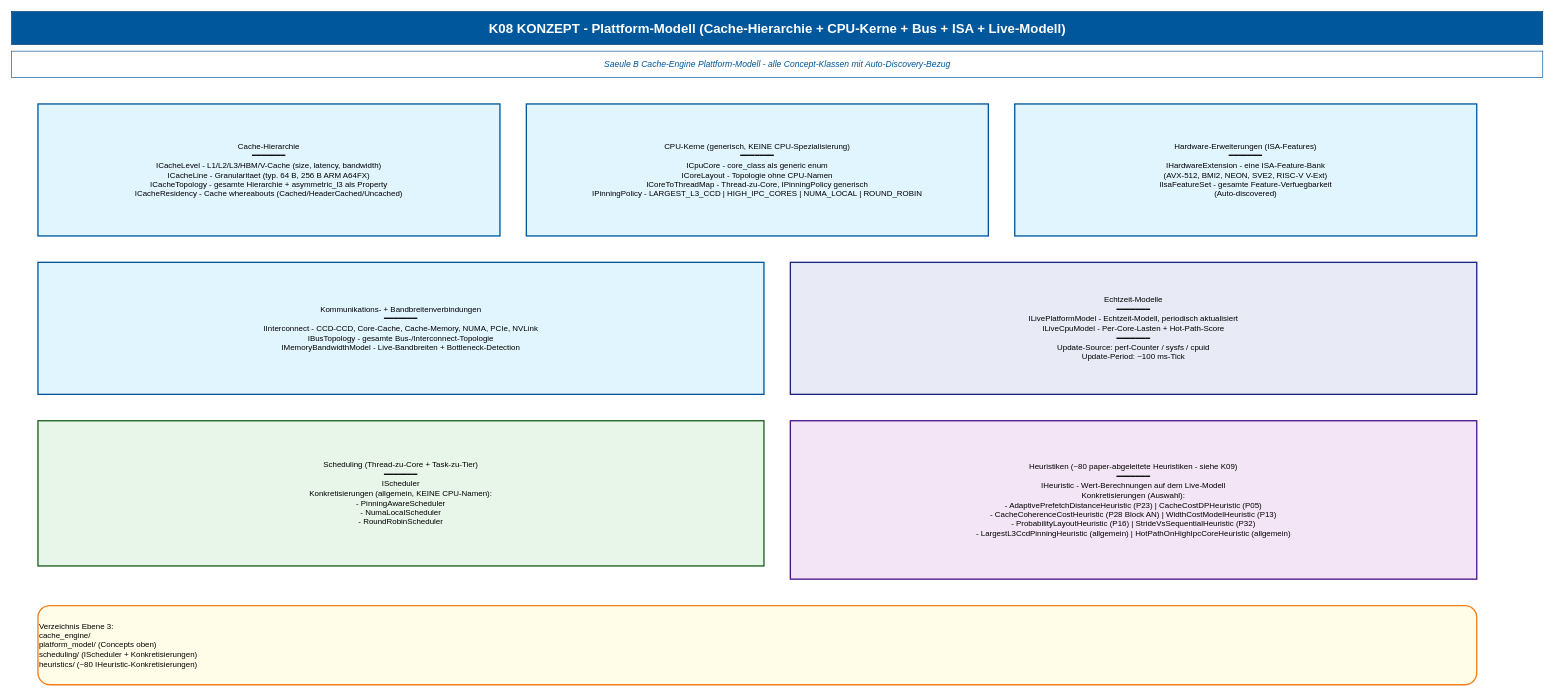
This is page "K08 Plattform-Modell" (8 of 12) of docs/termine/20260508 Termin 7/Phase5_UML_Detail/phase5_uml_detail_REV3_NACHARBEITUNG.drawio from BenniProbst/probst-Diplomarbeit-cache-engine, a draw.io file, before an edit. Source tidied: cells renumbered, new cells numbered last; positions are measured from the earlier drawing's top-left corner, leaving out a move shared by most shapes. Both pictures are drawn from the tidied source at 66%, with x=0, y=0 at pixel (11, 11).
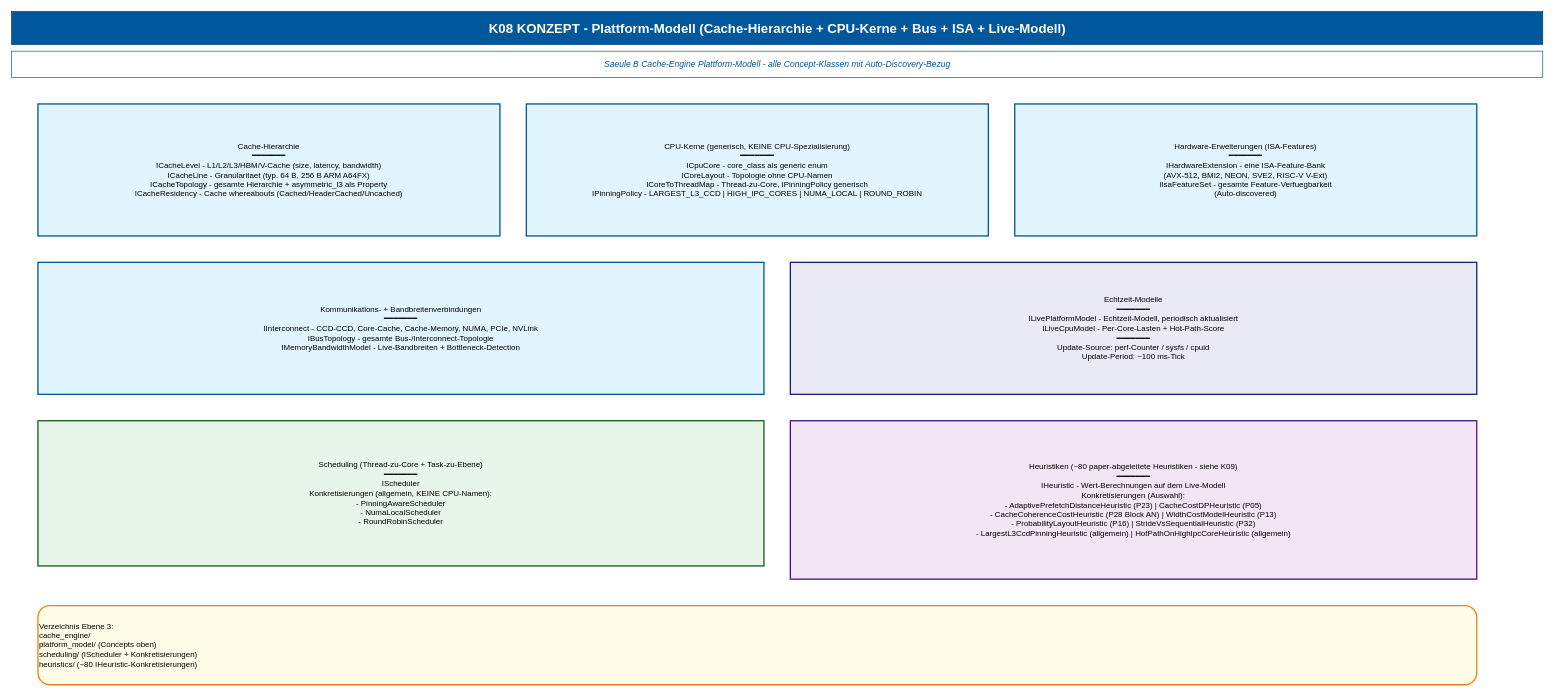
The same diagram, later.

Diff of the diagram source:
```diff
@@
 <mxGraphModel background="#FFFFFF">
   <root>
     <mxCell id="0" />
     <mxCell id="1" parent="0" />
     <mxCell id="2" value="K08 KONZEPT - Plattform-Modell (Cache-Hierarchie + CPU-Kerne + Bus + ISA + Live-Modell)" style="text;html=1;align=center;verticalAlign=middle;fontSize=20;fontStyle=1;fillColor=#01579B;strokeColor=#003C71;fontColor=#FFFFFF;" parent="1" vertex="1">
       <mxGeometry width="2320" height="50" as="geometry" />
     </mxCell>
     <mxCell id="3" value="Saeule B Cache-Engine Plattform-Modell - alle Concept-Klassen mit Auto-Discovery-Bezug" style="text;html=1;align=center;verticalAlign=middle;fontSize=13;fontStyle=2;fillColor=#FFFFFF;strokeColor=#01579B;fontColor=#01579B;" parent="1" vertex="1">
       <mxGeometry y="60" width="2320" height="40" as="geometry" />
     </mxCell>
     <mxCell id="4" value="Cache-Hierarchie&#10;━━━━━━━&#10;ICacheLevel - L1/L2/L3/HBM/V-Cache (size, latency, bandwidth)&#10;ICacheLine - Granularitaet (typ. 64 B, 256 B ARM A64FX)&#10;ICacheTopology - gesamte Hierarchie + asymmetric_l3 als Property&#10;ICacheResidency - Cache whereabouts (Cached/HeaderCached/Uncached)" style="rounded=0;whiteSpace=wrap;html=1;fillColor=#E1F5FE;strokeColor=#01579B;strokeWidth=2;fontColor=#000000;fontSize=12;verticalAlign=middle;align=center;" parent="1" vertex="1">
       <mxGeometry x="40" y="140" width="700" height="200" as="geometry" />
     </mxCell>
     <mxCell id="5" value="CPU-Kerne (generisch, KEINE CPU-Spezialisierung)&#10;━━━━━━━&#10;ICpuCore - core_class als generic enum&#10;ICoreLayout - Topologie ohne CPU-Namen&#10;ICoreToThreadMap - Thread-zu-Core, IPinningPolicy generisch&#10;IPinningPolicy - LARGEST_L3_CCD | HIGH_IPC_CORES | NUMA_LOCAL | ROUND_ROBIN" style="rounded=0;whiteSpace=wrap;html=1;fillColor=#E1F5FE;strokeColor=#01579B;strokeWidth=2;fontColor=#000000;fontSize=12;verticalAlign=middle;align=center;" parent="1" vertex="1">
       <mxGeometry x="780" y="140" width="700" height="200" as="geometry" />
     </mxCell>
     <mxCell id="6" value="Hardware-Erweiterungen (ISA-Features)&#10;━━━━━━━&#10;IHardwareExtension - eine ISA-Feature-Bank&#10;  (AVX-512, BMI2, NEON, SVE2, RISC-V V-Ext)&#10;IIsaFeatureSet - gesamte Feature-Verfuegbarkeit&#10;  (Auto-discovered)" style="rounded=0;whiteSpace=wrap;html=1;fillColor=#E1F5FE;strokeColor=#01579B;strokeWidth=2;fontColor=#000000;fontSize=12;verticalAlign=middle;align=center;" parent="1" vertex="1">
       <mxGeometry x="1520" y="140" width="700" height="200" as="geometry" />
     </mxCell>
     <mxCell id="7" value="Kommunikations- + Bandbreitenverbindungen&#10;━━━━━━━&#10;IInterconnect - CCD-CCD, Core-Cache, Cache-Memory, NUMA, PCIe, NVLink&#10;IBusTopology - gesamte Bus-/Interconnect-Topologie&#10;IMemoryBandwidthModel - Live-Bandbreiten + Bottleneck-Detection" style="rounded=0;whiteSpace=wrap;html=1;fillColor=#E1F5FE;strokeColor=#01579B;strokeWidth=2;fontColor=#000000;fontSize=12;verticalAlign=middle;align=center;" parent="1" vertex="1">
       <mxGeometry x="40" y="380" width="1100" height="200" as="geometry" />
     </mxCell>
     <mxCell id="8" value="Echtzeit-Modelle&#10;━━━━━━━&#10;ILivePlatformModel - Echtzeit-Modell, periodisch aktualisiert&#10;ILiveCpuModel - Per-Core-Lasten + Hot-Path-Score&#10;━━━━━━━&#10;Update-Source: perf-Counter / sysfs / cpuid&#10;Update-Period: ~100 ms-Tick" style="rounded=0;whiteSpace=wrap;html=1;fillColor=#E8EAF6;strokeColor=#1A237E;strokeWidth=2;fontColor=#000000;fontSize=12;verticalAlign=middle;align=center;" parent="1" vertex="1">
       <mxGeometry x="1180" y="380" width="1040" height="200" as="geometry" />
     </mxCell>
-    <mxCell id="9" value="Scheduling (Thread-zu-Core + Task-zu-Tier)&#10;━━━━━━━&#10;IScheduler&#10;Konkretisierungen (allgemein, KEINE CPU-Namen):&#10;- PinningAwareScheduler&#10;- NumaLocalScheduler&#10;- RoundRobinScheduler" style="rounded=0;whiteSpace=wrap;html=1;fillColor=#E8F5E9;strokeColor=#1B5E20;strokeWidth=2;fontColor=#000000;fontSize=12;verticalAlign=middle;align=center;" parent="1" vertex="1">
+    <mxCell id="9" value="Scheduling (Thread-zu-Core + Task-zu-Ebene)&#10;━━━━━━━&#10;IScheduler&#10;Konkretisierungen (allgemein, KEINE CPU-Namen):&#10;- PinningAwareScheduler&#10;- NumaLocalScheduler&#10;- RoundRobinScheduler" style="rounded=0;whiteSpace=wrap;html=1;fillColor=#E8F5E9;strokeColor=#1B5E20;strokeWidth=2;fontColor=#000000;fontSize=12;verticalAlign=middle;align=center;" parent="1" vertex="1">
       <mxGeometry x="40" y="620" width="1100" height="220" as="geometry" />
     </mxCell>
     <mxCell id="10" value="Heuristiken (~80 paper-abgeleitete Heuristiken - siehe K09)&#10;━━━━━━━&#10;IHeuristic - Wert-Berechnungen auf dem Live-Modell&#10;Konkretisierungen (Auswahl):&#10;- AdaptivePrefetchDistanceHeuristic (P23) | CacheCostDPHeuristic (P05)&#10;- CacheCoherenceCostHeuristic (P28 Block AN) | WidthCostModelHeuristic (P13)&#10;- ProbabilityLayoutHeuristic (P16) | StrideVsSequentialHeuristic (P32)&#10;- LargestL3CcdPinningHeuristic (allgemein) | HotPathOnHighIpcCoreHeuristic (allgemein)" style="rounded=0;whiteSpace=wrap;html=1;fillColor=#F3E5F5;strokeColor=#4A148C;strokeWidth=2;fontColor=#000000;fontSize=12;verticalAlign=middle;align=center;" parent="1" vertex="1">
       <mxGeometry x="1180" y="620" width="1040" height="240" as="geometry" />
     </mxCell>
     <mxCell id="11" value="Verzeichnis Ebene 3:&#10;cache_engine/&#10;platform_model/  (Concepts oben)&#10;scheduling/      (IScheduler + Konkretisierungen)&#10;heuristics/      (~80 IHeuristic-Konkretisierungen)" style="rounded=1;whiteSpace=wrap;html=1;fillColor=#FFFDE7;strokeColor=#F57F17;strokeWidth=2;fontColor=#000000;fontSize=12;verticalAlign=middle;align=left;" parent="1" vertex="1">
       <mxGeometry x="40" y="900" width="2180" height="120" as="geometry" />
     </mxCell>
   </root>
 </mxGraphModel>
```
